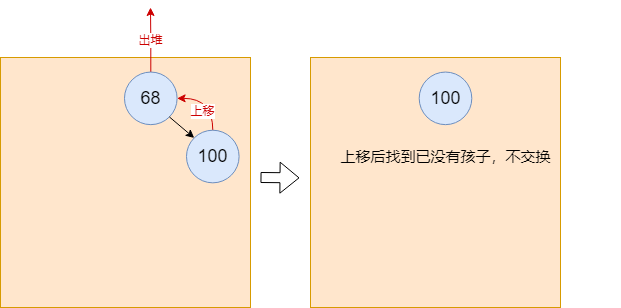
muxicode/c153080686 keeps this draw.io diagram as algrithem/heap_step_11.drawio.png. Above is the earlier version. Source tidied: cells renumbered, new cells last; positions are measured from the earlier drawing's top-left corner, leaving out a move shared by most shapes. Source of this version:
```xml
<mxGraphModel>
  <root>
    <mxCell id="0" />
    <mxCell id="1" parent="0" />
    <mxCell id="2" style="group;" parent="1" vertex="1">
      <mxGeometry x="310" y="50" width="310" height="250" as="geometry" />
    </mxCell>
    <mxCell id="3" style="whiteSpace=wrap;html=1;fillColor=#ffe6cc;strokeColor=#d79b00;" parent="2" vertex="1">
      <mxGeometry width="250" height="250" as="geometry" />
    </mxCell>
    <mxCell id="4" value="&lt;font style=&quot;font-size: 15px;&quot;&gt;上移后找到已没有孩子，不交换&lt;/font&gt;" style="text;html=1;align=center;verticalAlign=middle;strokeColor=none;fillColor=none;" parent="2" vertex="1">
      <mxGeometry x="20" y="84" width="230" height="30" as="geometry" />
    </mxCell>
    <mxCell id="5" value="&lt;font style=&quot;font-size: 18px;&quot;&gt;100&lt;/font&gt;" style="ellipse;whiteSpace=wrap;html=1;fillColor=#dae8fc;strokeColor=#6c8ebf;" parent="2" vertex="1">
      <mxGeometry x="108.7" y="14.5" width="52.6" height="52.6" as="geometry" />
    </mxCell>
    <mxCell id="6" style="whiteSpace=wrap;html=1;fillColor=#ffe6cc;strokeColor=#d79b00;" parent="1" vertex="1">
      <mxGeometry y="50" width="250" height="250" as="geometry" />
    </mxCell>
    <mxCell id="7" value="&lt;font color=&quot;#cc0000&quot;&gt;出堆&lt;/font&gt;" style="edgeStyle=orthogonalEdgeStyle;rounded=0;jettySize=auto;html=1;exitX=0.5;exitY=0;exitDx=0;exitDy=0;strokeColor=#CC0000;" parent="1" edge="1" source="8">
      <mxGeometry relative="1" as="geometry">
        <mxPoint x="150" as="targetPoint" />
      </mxGeometry>
    </mxCell>
    <mxCell id="8" value="&lt;font style=&quot;font-size: 18px;&quot;&gt;68&lt;/font&gt;" style="ellipse;whiteSpace=wrap;html=1;fillColor=#dae8fc;strokeColor=#6c8ebf;" parent="1" vertex="1">
      <mxGeometry x="124" y="64.5" width="52.6" height="52.6" as="geometry" />
    </mxCell>
    <mxCell id="9" style="edgeStyle=orthogonalEdgeStyle;rounded=0;jettySize=auto;html=1;exitX=0.5;exitY=0;exitDx=0;exitDy=0;entryX=1;entryY=0.5;entryDx=0;entryDy=0;curved=1;strokeColor=#CC0000;" parent="1" edge="1" source="11" target="8">
      <mxGeometry relative="1" as="geometry" />
    </mxCell>
    <mxCell id="10" value="&lt;font color=&quot;#cc0000&quot;&gt;上移&lt;/font&gt;" style="edgeLabel;html=1;align=center;verticalAlign=middle;" parent="9" vertex="1">
      <mxGeometry x="-0.45" y="11" relative="1" as="geometry" />
    </mxCell>
    <mxCell id="11" value="&lt;font style=&quot;font-size: 18px;&quot;&gt;100&lt;/font&gt;" style="ellipse;whiteSpace=wrap;html=1;fillColor=#dae8fc;strokeColor=#6c8ebf;" parent="1" vertex="1">
      <mxGeometry x="186" y="122.7" width="52.6" height="52.6" as="geometry" />
    </mxCell>
    <mxCell id="12" style="rounded=0;jettySize=auto;html=1;exitX=1;exitY=1;exitDx=0;exitDy=0;entryX=0;entryY=0;entryDx=0;entryDy=0;" parent="1" edge="1" source="8" target="11">
      <mxGeometry relative="1" as="geometry" />
    </mxCell>
    <mxCell id="13" style="shape=flexArrow;endArrow=classic;html=1;rounded=0;" parent="1" edge="1">
      <mxGeometry relative="1" as="geometry">
        <mxPoint x="260" y="170" as="sourcePoint" />
        <mxPoint x="299" y="170.4" as="targetPoint" />
      </mxGeometry>
    </mxCell>
  </root>
</mxGraphModel>
```
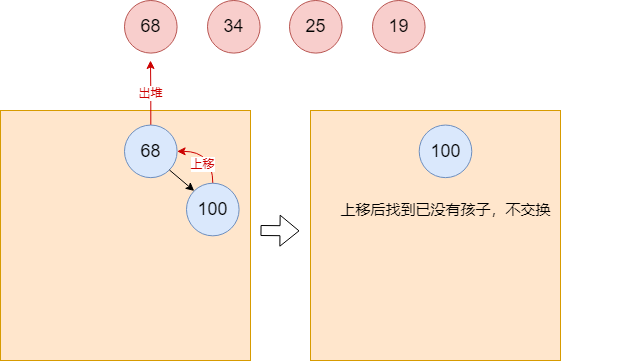
Later version of the same file.

The edit, as a diff of the source:
```diff
@@ -43,5 +43,17 @@
         <mxPoint x="299" y="170.4" as="targetPoint" />
       </mxGeometry>
     </mxCell>
+    <mxCell id="14" value="&lt;font style=&quot;font-size: 18px;&quot;&gt;19&lt;/font&gt;" style="ellipse;whiteSpace=wrap;html=1;fillColor=#f8cecc;strokeColor=#b85450;" parent="1" vertex="1">
+      <mxGeometry x="372" y="-60" width="52.6" height="52.6" as="geometry" />
+    </mxCell>
+    <mxCell id="15" value="&lt;font style=&quot;font-size: 18px;&quot;&gt;25&lt;/font&gt;" style="ellipse;whiteSpace=wrap;html=1;fillColor=#f8cecc;strokeColor=#b85450;" parent="1" vertex="1">
+      <mxGeometry x="289" y="-60" width="52.6" height="52.6" as="geometry" />
+    </mxCell>
+    <mxCell id="16" value="&lt;font style=&quot;font-size: 18px;&quot;&gt;34&lt;/font&gt;" style="ellipse;whiteSpace=wrap;html=1;fillColor=#f8cecc;strokeColor=#b85450;" parent="1" vertex="1">
+      <mxGeometry x="207" y="-60" width="52.6" height="52.6" as="geometry" />
+    </mxCell>
+    <mxCell id="17" value="&lt;font style=&quot;font-size: 18px;&quot;&gt;68&lt;/font&gt;" style="ellipse;whiteSpace=wrap;html=1;fillColor=#f8cecc;strokeColor=#b85450;" parent="1" vertex="1">
+      <mxGeometry x="124" y="-60" width="52.6" height="52.6" as="geometry" />
+    </mxCell>
   </root>
 </mxGraphModel>
```
